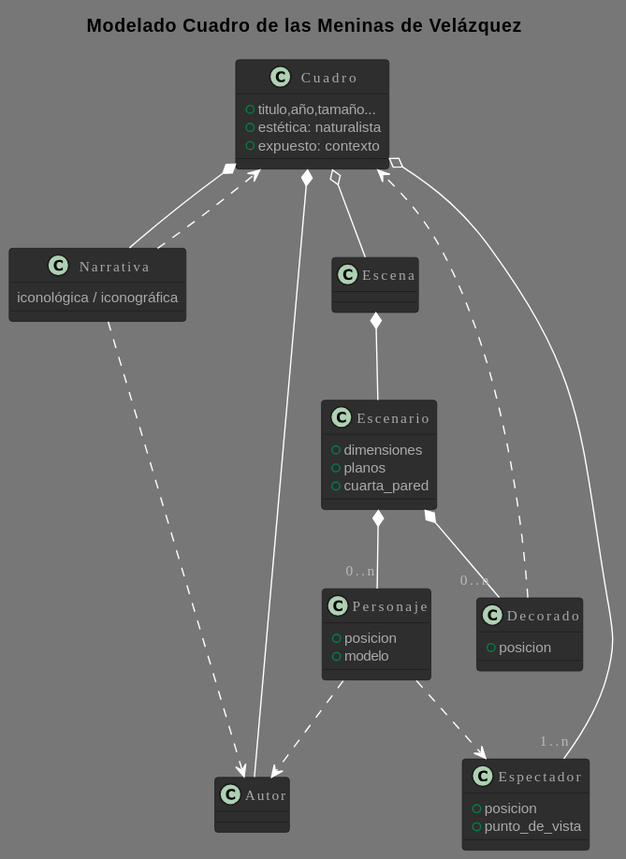
The PlantUML diagram PracticasMaster/01_Modelado_O/diagrams/meninas/MeninasDomain.svg in Joselon/joselon.github.io, before a commit.
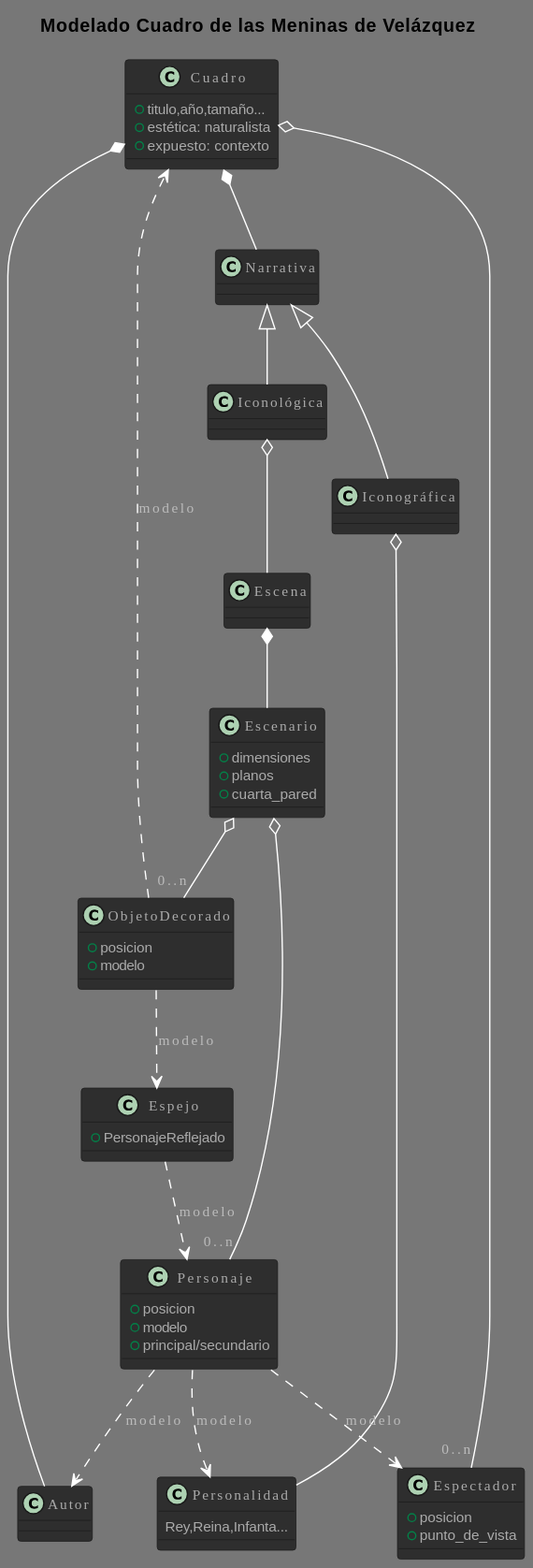
Above is the later version.

Commit message:
Practica Meninas. Fix Narrativa entre autor y espectadores

Diff of the diagram source:
```diff
@@ -8,15 +8,26 @@
     + expuesto: contexto
 }
 Cuadro *-- Autor
-Cuadro o--"1..n" Espectador
-Cuadro o-- Escena
+Cuadro o--"0..n" Espectador
 Cuadro *-- Narrativa
 
 class Narrativa {
-    iconológica / iconográfica
+
 }
-Narrativa ..> Cuadro
-Narrativa ..> Autor
+Narrativa <|-- Iconográfica
+Narrativa <|-- Iconológica
+
+class Iconográfica {
+}
+Iconográfica o-- Personalidad
+
+class Personalidad {
+    Rey,Reina,Infanta...
+}
+
+class Iconológica{
+}
+Iconológica o-- Escena
 
 class Escenario {
     + dimensiones
@@ -24,25 +35,35 @@
     + cuarta_pared
 }
 Escena *-- Escenario
-Escenario *--"0..n" Personaje
-Escenario *--"0..n" Decorado
+Escenario o--"0..n" Personaje
+Escenario o--"0..n" ObjetoDecorado
 
-class Decorado {
+class ObjetoDecorado {
    + posicion
+   + modelo
 }
-Decorado ..> Cuadro
+ObjetoDecorado ..> Cuadro :modelo
+ObjetoDecorado ..> Espejo :modelo
 
+class Espejo {
+    + PersonajeReflejado
+}
+Espejo ..> Personaje :modelo
+
+class Personaje {
+    + posicion
+    + modelo
+    + principal/secundario
+}
+Personaje ..> Autor :modelo
+Personaje ..> Espectador :modelo
+Personaje ..> Personalidad :modelo
 class Espectador {
     + posicion
     + punto_de_vista
 }
 
-class Personaje {
-    + posicion
-    + modelo
-}
-Personaje ..> Autor
-Personaje ..> Espectador
+
 
 @end
 
@@ -332,15 +353,26 @@
     + expuesto: contexto
 }
 Cuadro *-- Autor
-Cuadro o--"1..n" Espectador
-Cuadro o-- Escena
+Cuadro o--"0..n" Espectador
 Cuadro *-- Narrativa
 
 class Narrativa {
-    iconológica / iconográfica
+
 }
-Narrativa ..> Cuadro
-Narrativa ..> Autor
+Narrativa <|-- Iconográfica
+Narrativa <|-- Iconológica
+
+class Iconográfica {
+}
+Iconográfica o-- Personalidad
+
+class Personalidad {
+    Rey,Reina,Infanta...
+}
+
+class Iconológica{
+}
+Iconológica o-- Escena
 
 class Escenario {
     + dimensiones
@@ -348,25 +380,35 @@
     + cuarta_pared
 }
 Escena *-- Escenario
-Escenario *--"0..n" Personaje
-Escenario *--"0..n" Decorado
+Escenario o--"0..n" Personaje
+Escenario o--"0..n" ObjetoDecorado
 
-class Decorado {
+class ObjetoDecorado {
    + posicion
+   + modelo
 }
-Decorado ..> Cuadro
+ObjetoDecorado ..> Cuadro :modelo
+ObjetoDecorado ..> Espejo :modelo
 
+class Espejo {
+    + PersonajeReflejado
+}
+Espejo ..> Personaje :modelo
+
+class Personaje {
+    + posicion
+    + modelo
+    + principal/secundario
+}
+Personaje ..> Autor :modelo
+Personaje ..> Espectador :modelo
+Personaje ..> Personalidad :modelo
 class Espectador {
     + posicion
     + punto_de_vista
 }
 
-class Personaje {
-    + posicion
-    + modelo
-}
-Personaje ..> Autor
-Personaje ..> Espectador
+
 
 @end
 
```
